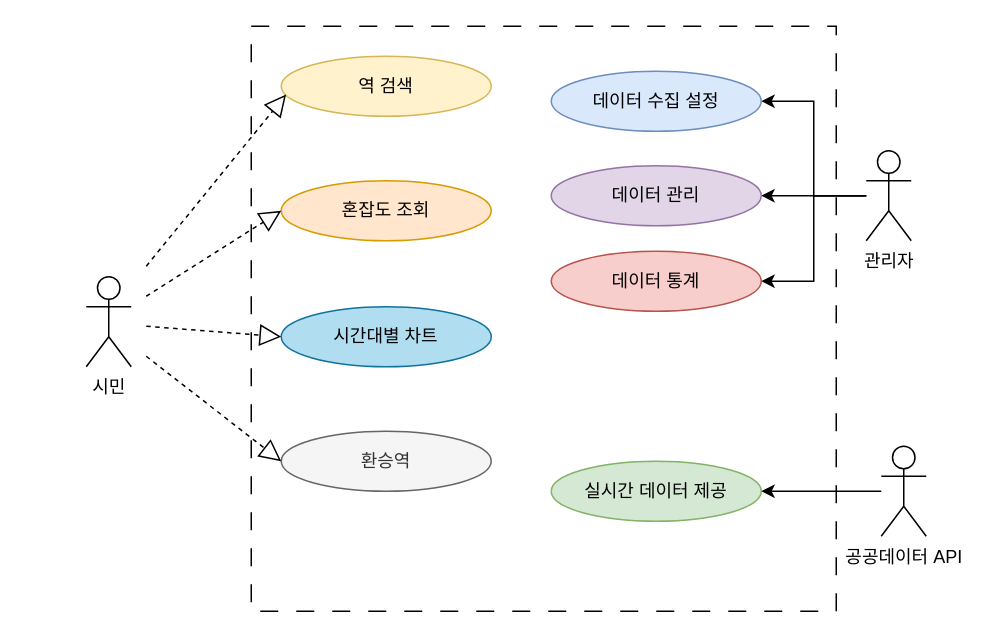
This is page "페이지-1" (1 of 2) of 대구지하철 API 유스케이스 다이어그램.drawio from Hasaren/bigdata-base, a draw.io file, before an edit. Source tidied: cells renumbered, new cells numbered last; positions are measured from the earlier drawing's top-left corner, leaving out a move shared by most shapes. Both pictures are drawn from the tidied source at 150%, with x=0, y=0 at pixel (86, 26).
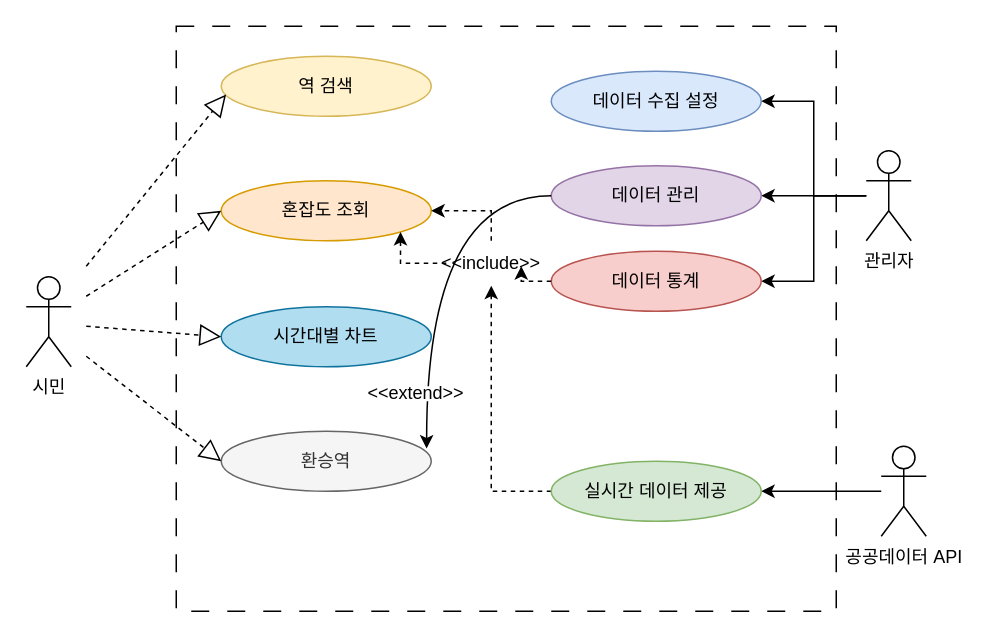
Above is the later version.

Commit message:
대구지하철 API 유스케이스 다이어그램.drawio 업데이트

Unchanged cells that the change refers to:
```xml
<mxCell id="2" style="group;" parent="1" vertex="1">
  <mxGeometry width="560" height="390" as="geometry" />
</mxCell>
<mxCell id="20" value="데이터 관리" style="ellipse;whiteSpace=wrap;html=1;fillColor=#e1d5e7;strokeColor=#9673a6;" parent="2" vertex="1">
  <mxGeometry x="310" y="93" width="140" height="40" as="geometry" />
</mxCell>
<mxCell id="21" value="실시간 데이터 제공" style="ellipse;whiteSpace=wrap;html=1;fillColor=#d5e8d4;strokeColor=#82b366;" parent="2" vertex="1">
  <mxGeometry x="310" y="290" width="140" height="40" as="geometry" />
</mxCell>
<mxCell id="22" value="데이터 통계" style="ellipse;whiteSpace=wrap;html=1;fillColor=#f8cecc;strokeColor=#b85450;" parent="2" vertex="1">
  <mxGeometry x="310" y="150" width="140" height="40" as="geometry" />
</mxCell>
```

Diff of the diagram source:
```diff
@@
     <mxCell id="3" style="rounded=0;whiteSpace=wrap;html=1;dashed=1;dashPattern=12 12;fillColor=none;" parent="2" vertex="1">
-      <mxGeometry x="110" width="390" height="390" as="geometry" />
+      <mxGeometry x="60" width="440" height="390" as="geometry" />
     </mxCell>
     <mxCell id="4" value="시민" style="shape=umlActor;verticalLabelPosition=bottom;verticalAlign=top;html=1;" parent="2" vertex="1">
-      <mxGeometry y="167" width="30" height="60" as="geometry" />
+      <mxGeometry x="-40" y="167" width="30" height="60" as="geometry" />
     </mxCell>
@@
     <mxCell id="11" value="역 검색" style="ellipse;whiteSpace=wrap;html=1;fillColor=#fff2cc;strokeColor=#d6b656;" parent="2" vertex="1">
-      <mxGeometry x="130" y="20" width="140" height="40" as="geometry" />
+      <mxGeometry x="90" y="20" width="140" height="40" as="geometry" />
     </mxCell>
     <mxCell id="12" value="혼잡도 조회" style="ellipse;whiteSpace=wrap;html=1;fillColor=#ffe6cc;strokeColor=#d79b00;" parent="2" vertex="1">
-      <mxGeometry x="130" y="103" width="140" height="40" as="geometry" />
+      <mxGeometry x="90" y="103" width="140" height="40" as="geometry" />
     </mxCell>
     <mxCell id="13" value="시간대별 차트" style="ellipse;whiteSpace=wrap;html=1;fillColor=#b1ddf0;strokeColor=#10739e;" parent="2" vertex="1">
-      <mxGeometry x="130" y="187" width="140" height="40" as="geometry" />
+      <mxGeometry x="90" y="187" width="140" height="40" as="geometry" />
     </mxCell>
     <mxCell id="14" value="환승역" style="ellipse;whiteSpace=wrap;html=1;fillColor=#f5f5f5;strokeColor=#666666;fontColor=#333333;" parent="2" vertex="1">
-      <mxGeometry x="130" y="270" width="140" height="40" as="geometry" />
+      <mxGeometry x="90" y="270" width="140" height="40" as="geometry" />
     </mxCell>
     <mxCell id="15" style="endArrow=block;dashed=1;endFill=0;endSize=12;html=1;rounded=0;entryX=0.023;entryY=0.639;entryDx=0;entryDy=0;entryPerimeter=0;" parent="2" edge="1" target="11">
       <mxGeometry relative="1" as="geometry">
-        <mxPoint x="40" y="160" as="sourcePoint" />
+        <mxPoint y="160" as="sourcePoint" />
       </mxGeometry>
     </mxCell>
     <mxCell id="16" style="endArrow=block;dashed=1;endFill=0;endSize=12;html=1;rounded=0;entryX=0;entryY=0.5;entryDx=0;entryDy=0;" parent="2" edge="1" target="12">
       <mxGeometry relative="1" as="geometry">
-        <mxPoint x="40" y="180" as="sourcePoint" />
+        <mxPoint y="180" as="sourcePoint" />
       </mxGeometry>
     </mxCell>
     <mxCell id="17" style="endArrow=block;dashed=1;endFill=0;endSize=12;html=1;rounded=0;entryX=0;entryY=0.5;entryDx=0;entryDy=0;" parent="2" edge="1" target="13">
       <mxGeometry relative="1" as="geometry">
-        <mxPoint x="40" y="200" as="sourcePoint" />
+        <mxPoint y="200" as="sourcePoint" />
       </mxGeometry>
     </mxCell>
     <mxCell id="18" style="endArrow=block;dashed=1;endFill=0;endSize=12;html=1;rounded=0;entryX=0;entryY=0.5;entryDx=0;entryDy=0;" parent="2" edge="1" target="14">
       <mxGeometry relative="1" as="geometry">
-        <mxPoint x="40" y="220" as="sourcePoint" />
+        <mxPoint y="220" as="sourcePoint" />
       </mxGeometry>
     </mxCell>
@@
+    <mxCell id="23" style="edgeStyle=orthogonalEdgeStyle;rounded=0;jettySize=auto;html=1;entryX=0.5;entryY=1;entryDx=0;entryDy=0;dashed=1;" parent="2" edge="1" source="21" target="26">
+      <mxGeometry relative="1" as="geometry" />
+    </mxCell>
@@
+    <mxCell id="24" style="edgeStyle=orthogonalEdgeStyle;rounded=0;jettySize=auto;html=1;exitX=0.5;exitY=0;exitDx=0;exitDy=0;entryX=1;entryY=0.5;entryDx=0;entryDy=0;dashed=1;" parent="2" edge="1" source="26" target="12">
+      <mxGeometry relative="1" as="geometry" />
+    </mxCell>
+    <mxCell id="25" style="edgeStyle=orthogonalEdgeStyle;rounded=0;jettySize=auto;html=1;exitX=0;exitY=0.5;exitDx=0;exitDy=0;entryX=1;entryY=1;entryDx=0;entryDy=0;dashed=1;" parent="2" edge="1" source="26" target="12">
+      <mxGeometry relative="1" as="geometry" />
+    </mxCell>
+    <mxCell id="26" value="&amp;lt;&amp;lt;include&amp;gt;&amp;gt;" style="text;html=1;whiteSpace=wrap;strokeColor=none;fillColor=none;align=center;verticalAlign=middle;rounded=0;" parent="2" vertex="1">
+      <mxGeometry x="240" y="143" width="60" height="30" as="geometry" />
+    </mxCell>
+    <mxCell id="27" style="edgeStyle=orthogonalEdgeStyle;rounded=0;jettySize=auto;html=1;entryX=0.833;entryY=0.567;entryDx=0;entryDy=0;entryPerimeter=0;dashed=1;" parent="2" edge="1" source="22" target="26">
+      <mxGeometry relative="1" as="geometry" />
+    </mxCell>
+    <mxCell id="28" style="edgeStyle=orthogonalEdgeStyle;rounded=0;jettySize=auto;html=1;exitX=0;exitY=0.5;exitDx=0;exitDy=0;entryX=0.978;entryY=0.289;entryDx=0;entryDy=0;entryPerimeter=0;curved=1;" parent="2" edge="1" source="20" target="14">
+      <mxGeometry relative="1" as="geometry" />
+    </mxCell>
+    <mxCell id="29" value="&amp;lt;&amp;lt;extend&amp;gt;&amp;gt;" style="text;html=1;whiteSpace=wrap;strokeColor=none;fillColor=default;align=center;verticalAlign=middle;rounded=0;" parent="2" vertex="1">
+      <mxGeometry x="190" y="240" width="60" height="10" as="geometry" />
+    </mxCell>
```
